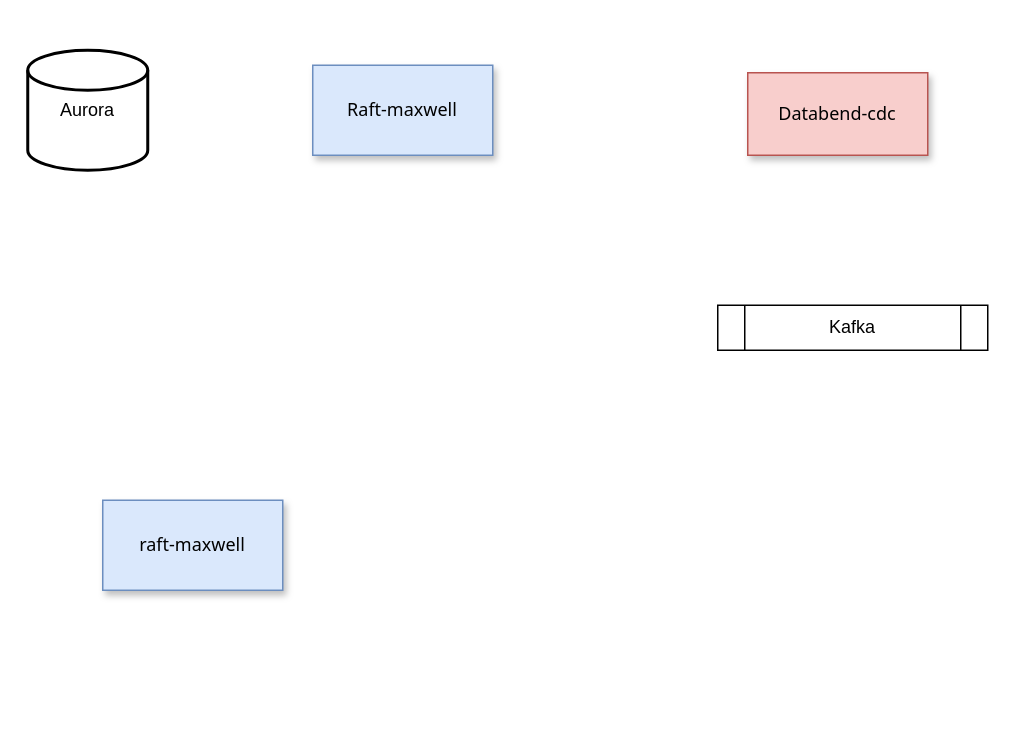
This is doc/databend-parquet-mysql.drawio from jackjoesh/databend, a draw.io file, before an edit. Source tidied: cells renumbered, new cells numbered last; positions are measured from the earlier drawing's top-left corner, leaving out a move shared by most shapes. Both pictures are drawn from the tidied source at 150%, with x=0, y=0 at pixel (27, 50).
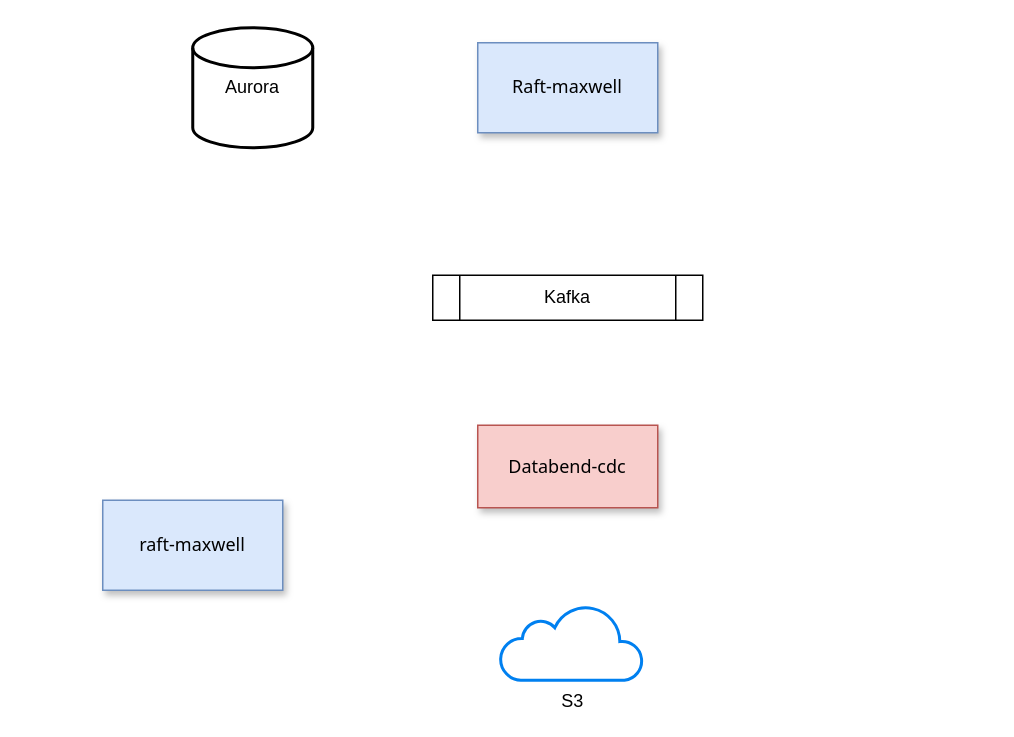
Above is the later version.

Change to the diagram source:
```diff
@@
 <mxGraphModel>
   <root>
     <mxCell id="0" />
     <mxCell id="1" parent="0" />
     <mxCell id="2" value="Aurora" style="strokeWidth=2;html=1;shape=mxgraph.flowchart.database;whiteSpace=wrap;" parent="1" vertex="1">
-      <mxGeometry width="80" height="80" as="geometry" />
+      <mxGeometry x="110" y="-15" width="80" height="80" as="geometry" />
     </mxCell>
     <mxCell id="3" value="Raft-maxwell" style="rounded=0;whiteSpace=wrap;html=1;fillColor=#dae8fc;strokeColor=#6c8ebf;shadow=1;fontFamily=Tahoma;" parent="1" vertex="1">
-      <mxGeometry x="190" y="10" width="120" height="60" as="geometry" />
+      <mxGeometry x="300" y="-5" width="120" height="60" as="geometry" />
     </mxCell>
     <mxCell id="4" value="raft-maxwell" style="rounded=0;whiteSpace=wrap;html=1;fillColor=#dae8fc;strokeColor=#6c8ebf;shadow=1;fontFamily=Tahoma;" parent="1" vertex="1">
       <mxGeometry x="50" y="300" width="120" height="60" as="geometry" />
     </mxCell>
     <mxCell id="5" value="Kafka" style="shape=process;whiteSpace=wrap;html=1;backgroundOutline=1;" parent="1" vertex="1">
-      <mxGeometry x="460" y="170" width="180" height="30" as="geometry" />
+      <mxGeometry x="270" y="150" width="180" height="30" as="geometry" />
     </mxCell>
     <mxCell id="6" value="Databend-cdc" style="rounded=0;whiteSpace=wrap;html=1;fillColor=#f8cecc;strokeColor=#b85450;shadow=1;fontFamily=Tahoma;" parent="1" vertex="1">
-      <mxGeometry x="480" y="15" width="120" height="55" as="geometry" />
+      <mxGeometry x="300" y="250" width="120" height="55" as="geometry" />
     </mxCell>
+    <mxCell id="7" value="S3" style="html=1;verticalLabelPosition=bottom;align=center;labelBackgroundColor=#ffffff;verticalAlign=top;strokeWidth=2;strokeColor=#0080F0;shadow=0;dashed=0;shape=mxgraph.ios7.icons.cloud;" parent="1" vertex="1">
+      <mxGeometry x="315" y="370" width="95" height="50" as="geometry" />
+    </mxCell>
   </root>
 </mxGraphModel>
```
